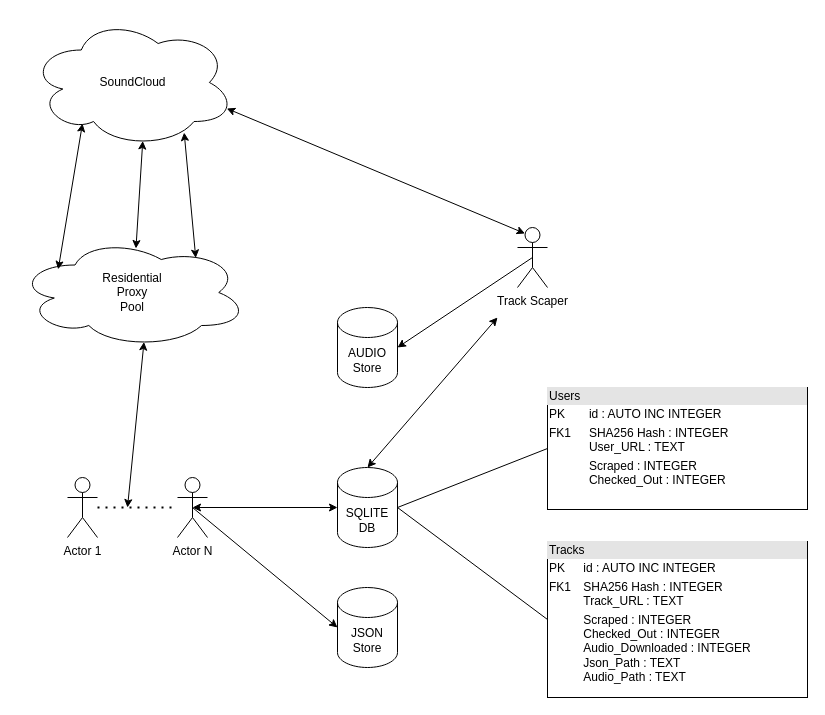
Above: page "Page-4" (4 of 4) of SoundCloudScraper.drawio in EricOrrDev/Diagrams (draw.io), before the change. Source tidied: cells renumbered, new cells numbered last; positions are measured from the earlier drawing's top-left corner, leaving out a move shared by most shapes. Both pictures are drawn from the tidied source at 100%, with x=0, y=0 at pixel (17, 17).
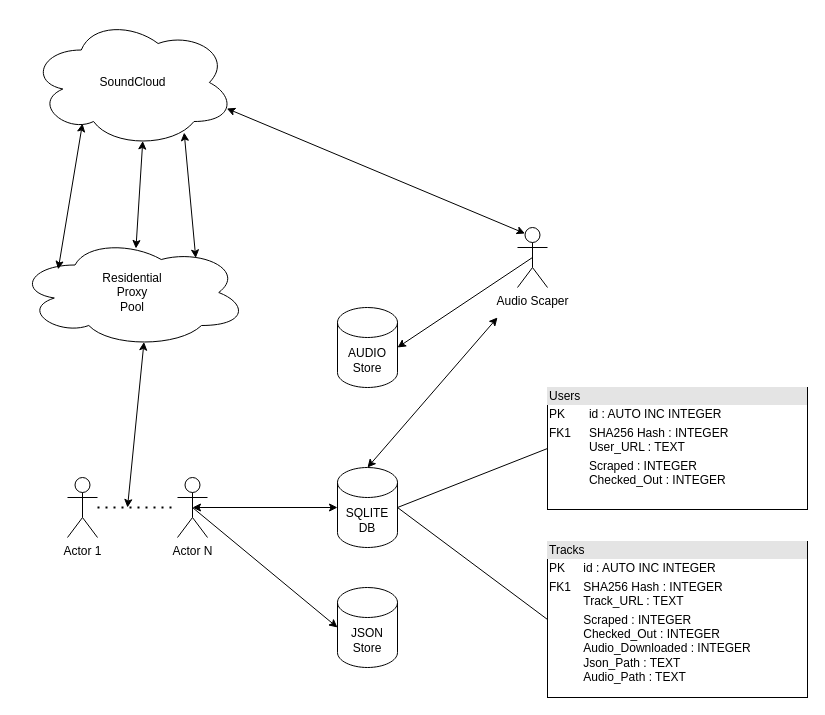
After the change.

The edit, as a diff of the source:
```diff
@@
-    <mxCell id="13" value="Track Scaper" style="shape=umlActor;verticalLabelPosition=bottom;verticalAlign=top;html=1;" parent="1" vertex="1">
+    <mxCell id="13" value="Audio Scaper" style="shape=umlActor;verticalLabelPosition=bottom;verticalAlign=top;html=1;" parent="1" vertex="1">
       <mxGeometry x="500" y="210" width="30" height="60" as="geometry" />
     </mxCell>
```
